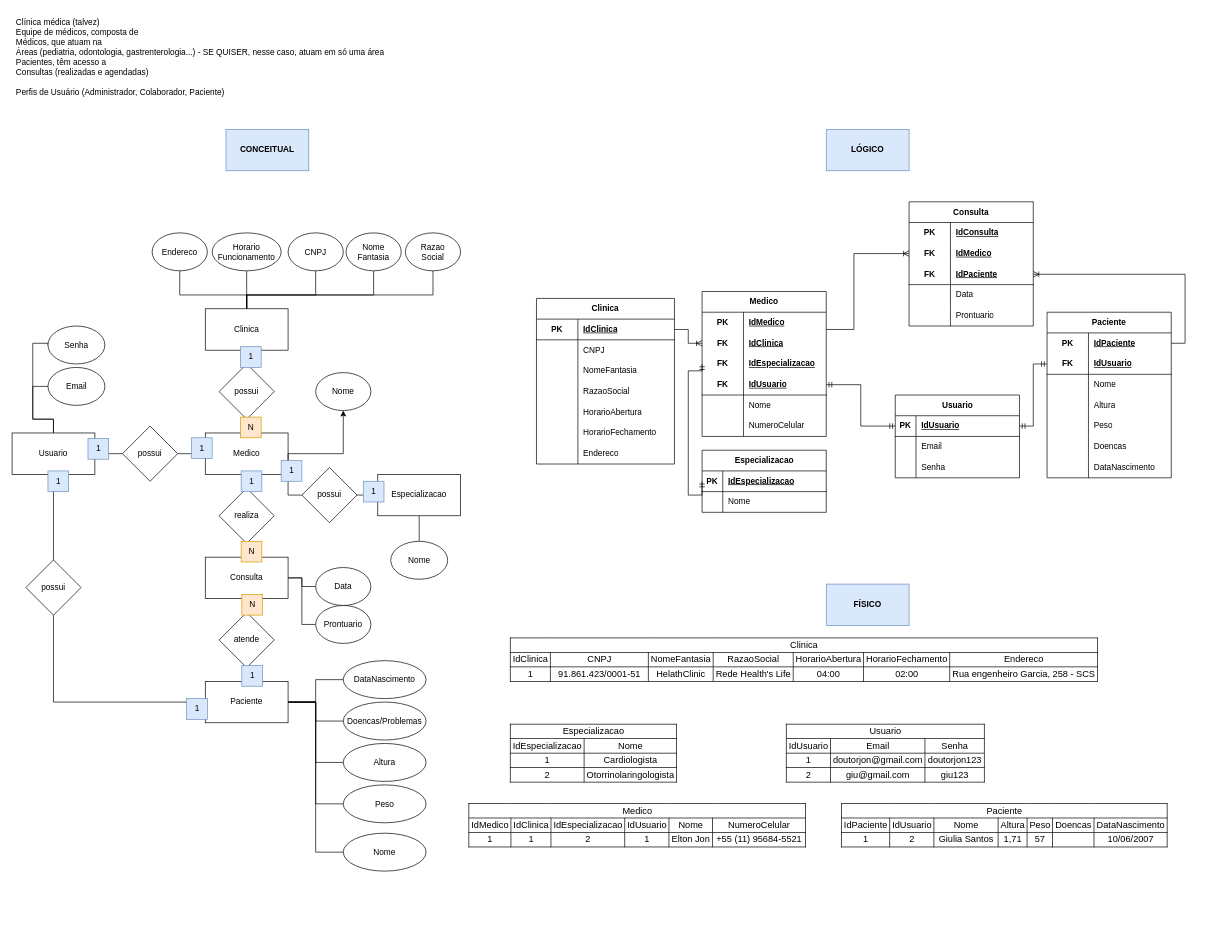
LucasBO7/senai-curso-repos-semestre-2 keeps this draw.io diagram as Banco de dados - Sprint 1/Projeto Health Clinic/Health Clinic.drawio. Above is the earlier version. Source tidied: cells renumbered, new cells numbered last; positions are measured from the earlier drawing's top-left corner, leaving out a move shared by most shapes. Both pictures are drawn from the tidied source at 69%, with x=0, y=0 at pixel (12, 12).
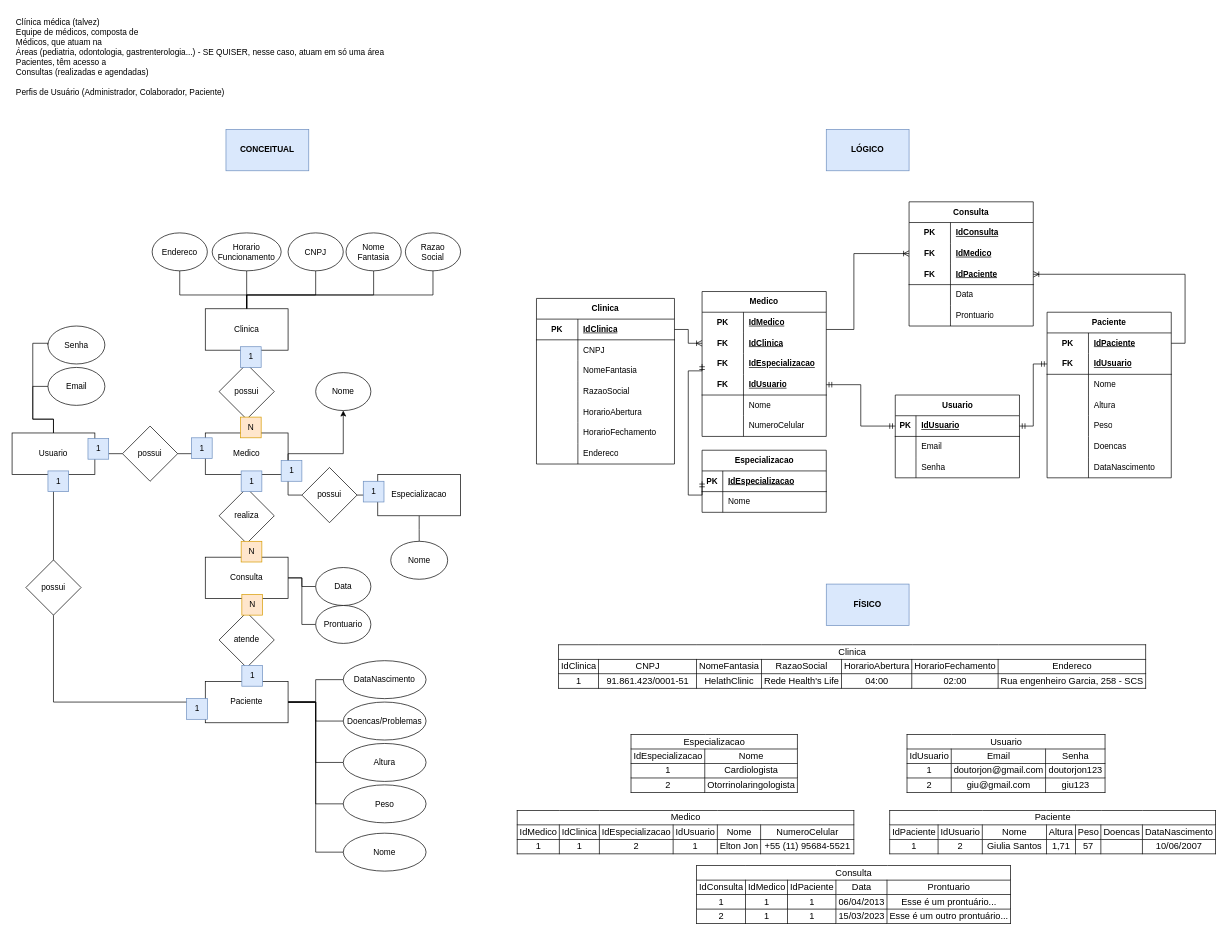
The same diagram, later.

Diff of the diagram source:
```diff
@@
     <mxCell id="176" value="&lt;table xmlns=&quot;http://www.w3.org/1999/xhtml&quot; cellspacing=&quot;0&quot; cellpadding=&quot;0&quot; dir=&quot;ltr&quot; border=&quot;1&quot; style=&quot;table-layout:fixed;font-size:10pt;font-family:Arial;width:0px;border-collapse:collapse;border:none&quot;&gt;&lt;colgroup&gt;&lt;col width=&quot;58&quot;&gt;&lt;col width=&quot;142&quot;&gt;&lt;col width=&quot;94&quot;&gt;&lt;col width=&quot;116&quot;&gt;&lt;col width=&quot;102&quot;&gt;&lt;col width=&quot;125&quot;&gt;&lt;col width=&quot;214&quot;&gt;&lt;/colgroup&gt;&lt;tbody&gt;&lt;tr style=&quot;height:21px;&quot;&gt;&lt;td style=&quot;border-top:1px solid #000000;border-right:1px solid #000000;border-bottom:1px solid #000000;border-left:1px solid #000000;overflow:hidden;padding:2px 3px 2px 3px;vertical-align:bottom;text-align:center;&quot; rowspan=&quot;1&quot; colspan=&quot;7&quot;&gt;Clinica&lt;/td&gt;&lt;/tr&gt;&lt;tr style=&quot;height:21px;&quot;&gt;&lt;td style=&quot;border-right:1px solid #000000;border-bottom:1px solid #000000;border-left:1px solid #000000;overflow:hidden;padding:2px 3px 2px 3px;vertical-align:bottom;text-align:center;&quot;&gt;IdClinica&lt;/td&gt;&lt;td style=&quot;border-right:1px solid #000000;border-bottom:1px solid #000000;overflow:hidden;padding:2px 3px 2px 3px;vertical-align:bottom;text-align:center;&quot;&gt;CNPJ&lt;/td&gt;&lt;td style=&quot;border-right:1px solid #000000;border-bottom:1px solid #000000;overflow:hidden;padding:2px 3px 2px 3px;vertical-align:bottom;text-align:center;&quot;&gt;NomeFantasia&lt;/td&gt;&lt;td style=&quot;border-right:1px solid #000000;border-bottom:1px solid #000000;overflow:hidden;padding:2px 3px 2px 3px;vertical-align:bottom;text-align:center;&quot;&gt;RazaoSocial&lt;/td&gt;&lt;td style=&quot;border-right:1px solid #000000;border-bottom:1px solid #000000;overflow:hidden;padding:2px 3px 2px 3px;vertical-align:bottom;text-align:center;&quot;&gt;HorarioAbertura&lt;/td&gt;&lt;td style=&quot;border-right:1px solid #000000;border-bottom:1px solid #000000;overflow:hidden;padding:2px 3px 2px 3px;vertical-align:bottom;text-align:center;&quot;&gt;HorarioFechamento&lt;/td&gt;&lt;td style=&quot;border-right:1px solid #000000;border-bottom:1px solid #000000;overflow:hidden;padding:2px 3px 2px 3px;vertical-align:bottom;text-align:center;&quot;&gt;Endereco&lt;/td&gt;&lt;/tr&gt;&lt;tr style=&quot;height:21px;&quot;&gt;&lt;td style=&quot;border-right:1px solid #000000;border-bottom:1px solid #000000;border-left:1px solid #000000;overflow:hidden;padding:2px 3px 2px 3px;vertical-align:bottom;text-align:center;&quot;&gt;1&lt;/td&gt;&lt;td style=&quot;border-right:1px solid #000000;border-bottom:1px solid #000000;overflow:hidden;padding:2px 3px 2px 3px;vertical-align:bottom;text-align:center;&quot;&gt;91.861.423/0001-51&lt;/td&gt;&lt;td style=&quot;border-right:1px solid #000000;border-bottom:1px solid #000000;overflow:hidden;padding:2px 3px 2px 3px;vertical-align:bottom;text-align:center;&quot;&gt;HelathClinic&lt;/td&gt;&lt;td style=&quot;border-right:1px solid #000000;border-bottom:1px solid #000000;overflow:hidden;padding:2px 3px 2px 3px;vertical-align:bottom;text-align:center;&quot;&gt;Rede Health's Life&lt;/td&gt;&lt;td style=&quot;border-right:1px solid #000000;border-bottom:1px solid #000000;overflow:hidden;padding:2px 3px 2px 3px;vertical-align:bottom;text-align:center;&quot;&gt;04:00&lt;/td&gt;&lt;td style=&quot;border-right:1px solid #000000;border-bottom:1px solid #000000;overflow:hidden;padding:2px 3px 2px 3px;vertical-align:bottom;text-align:center;&quot;&gt;02:00&lt;/td&gt;&lt;td style=&quot;border-right:1px solid #000000;border-bottom:1px solid #000000;overflow:hidden;padding:2px 3px 2px 3px;vertical-align:bottom;text-align:center;&quot;&gt;Rua engenheiro Garcia, 258 - SCS&lt;/td&gt;&lt;/tr&gt;&lt;/tbody&gt;&lt;/table&gt;" style="text;whiteSpace=wrap;html=1;" parent="1" vertex="1">
-      <mxGeometry x="720" y="900" width="860" height="70" as="geometry" />
+      <mxGeometry x="790" y="910" width="860" height="70" as="geometry" />
     </mxCell>
     <mxCell id="177" value="&lt;table xmlns=&quot;http://www.w3.org/1999/xhtml&quot; cellspacing=&quot;0&quot; cellpadding=&quot;0&quot; dir=&quot;ltr&quot; border=&quot;1&quot; style=&quot;table-layout:fixed;font-size:10pt;font-family:Arial;width:0px;border-collapse:collapse;border:none&quot;&gt;&lt;colgroup&gt;&lt;col width=&quot;107&quot;&gt;&lt;col width=&quot;134&quot;&gt;&lt;/colgroup&gt;&lt;tbody&gt;&lt;tr style=&quot;height:21px;&quot;&gt;&lt;td style=&quot;border-top:1px solid #000000;border-right:1px solid #000000;border-bottom:1px solid #000000;border-left:1px solid #000000;overflow:hidden;padding:2px 3px 2px 3px;vertical-align:bottom;text-align:center;&quot; rowspan=&quot;1&quot; colspan=&quot;2&quot;&gt;Especializacao&lt;/td&gt;&lt;/tr&gt;&lt;tr style=&quot;height:21px;&quot;&gt;&lt;td style=&quot;border-right:1px solid #000000;border-bottom:1px solid #000000;border-left:1px solid #000000;overflow:hidden;padding:2px 3px 2px 3px;vertical-align:bottom;text-align:center;&quot;&gt;IdEspecializacao&lt;/td&gt;&lt;td style=&quot;border-right:1px solid #000000;border-bottom:1px solid #000000;overflow:hidden;padding:2px 3px 2px 3px;vertical-align:bottom;text-align:center;&quot;&gt;Nome&lt;/td&gt;&lt;/tr&gt;&lt;tr style=&quot;height:21px;&quot;&gt;&lt;td style=&quot;border-right:1px solid #000000;border-bottom:1px solid #000000;border-left:1px solid #000000;overflow:hidden;padding:2px 3px 2px 3px;vertical-align:bottom;text-align:center;&quot;&gt;1&lt;/td&gt;&lt;td style=&quot;border-right:1px solid #000000;border-bottom:1px solid #000000;overflow:hidden;padding:2px 3px 2px 3px;vertical-align:bottom;text-align:center;&quot;&gt;Cardiologista&lt;/td&gt;&lt;/tr&gt;&lt;tr style=&quot;height:21px;&quot;&gt;&lt;td style=&quot;border-right:1px solid #000000;border-bottom:1px solid #000000;border-left:1px solid #000000;overflow:hidden;padding:2px 3px 2px 3px;vertical-align:bottom;text-align:center;&quot;&gt;2&lt;/td&gt;&lt;td style=&quot;border-right:1px solid #000000;border-bottom:1px solid #000000;overflow:hidden;padding:2px 3px 2px 3px;vertical-align:bottom;text-align:center;&quot;&gt;Otorrinolaringologista&lt;/td&gt;&lt;/tr&gt;&lt;/tbody&gt;&lt;/table&gt;" style="text;whiteSpace=wrap;html=1;" parent="1" vertex="1">
-      <mxGeometry x="720" y="1025" width="250" height="95" as="geometry" />
+      <mxGeometry x="895" y="1040" width="250" height="95" as="geometry" />
     </mxCell>
     <mxCell id="178" value="&lt;table xmlns=&quot;http://www.w3.org/1999/xhtml&quot; cellspacing=&quot;0&quot; cellpadding=&quot;0&quot; dir=&quot;ltr&quot; border=&quot;1&quot; style=&quot;table-layout:fixed;font-size:10pt;font-family:Arial;width:0px;border-collapse:collapse;border:none&quot;&gt;&lt;colgroup&gt;&lt;col width=&quot;64&quot;&gt;&lt;col width=&quot;137&quot;&gt;&lt;col width=&quot;86&quot;&gt;&lt;/colgroup&gt;&lt;tbody&gt;&lt;tr style=&quot;height:21px;&quot;&gt;&lt;td style=&quot;border-top:1px solid #000000;border-right:1px solid #000000;border-bottom:1px solid #000000;border-left:1px solid #000000;overflow:hidden;padding:2px 3px 2px 3px;vertical-align:bottom;text-align:center;&quot; rowspan=&quot;1&quot; colspan=&quot;3&quot;&gt;Usuario&lt;/td&gt;&lt;/tr&gt;&lt;tr style=&quot;height:21px;&quot;&gt;&lt;td style=&quot;border-right:1px solid #000000;border-bottom:1px solid #000000;border-left:1px solid #000000;overflow:hidden;padding:2px 3px 2px 3px;vertical-align:bottom;text-align:center;&quot;&gt;IdUsuario&lt;/td&gt;&lt;td style=&quot;border-right:1px solid #000000;border-bottom:1px solid #000000;overflow:hidden;padding:2px 3px 2px 3px;vertical-align:bottom;text-align:center;&quot;&gt;Email&lt;/td&gt;&lt;td style=&quot;border-right:1px solid #000000;border-bottom:1px solid #000000;overflow:hidden;padding:2px 3px 2px 3px;vertical-align:bottom;text-align:center;&quot;&gt;Senha&lt;/td&gt;&lt;/tr&gt;&lt;tr style=&quot;height:21px;&quot;&gt;&lt;td style=&quot;border-right:1px solid #000000;border-bottom:1px solid #000000;border-left:1px solid #000000;overflow:hidden;padding:2px 3px 2px 3px;vertical-align:bottom;text-align:center;&quot;&gt;1&lt;/td&gt;&lt;td style=&quot;border-right:1px solid #000000;border-bottom:1px solid #000000;overflow:hidden;padding:2px 3px 2px 3px;vertical-align:bottom;text-align:center;&quot;&gt;doutorjon@gmail.com&lt;/td&gt;&lt;td style=&quot;border-right:1px solid #000000;border-bottom:1px solid #000000;overflow:hidden;padding:2px 3px 2px 3px;vertical-align:bottom;text-align:center;&quot;&gt;doutorjon123&lt;/td&gt;&lt;/tr&gt;&lt;tr style=&quot;height:21px;&quot;&gt;&lt;td style=&quot;border-right:1px solid #000000;border-bottom:1px solid #000000;border-left:1px solid #000000;overflow:hidden;padding:2px 3px 2px 3px;vertical-align:bottom;text-align:center;&quot;&gt;2&lt;/td&gt;&lt;td style=&quot;border-right:1px solid #000000;border-bottom:1px solid #000000;overflow:hidden;padding:2px 3px 2px 3px;vertical-align:bottom;text-align:center;&quot;&gt;giu@gmail.com&lt;/td&gt;&lt;td style=&quot;border-right:1px solid #000000;border-bottom:1px solid #000000;overflow:hidden;padding:2px 3px 2px 3px;vertical-align:bottom;text-align:center;&quot;&gt;giu123&lt;/td&gt;&lt;/tr&gt;&lt;/tbody&gt;&lt;/table&gt;" style="text;whiteSpace=wrap;html=1;" parent="1" vertex="1">
-      <mxGeometry x="1120" y="1025" width="290" height="95" as="geometry" />
+      <mxGeometry x="1295" y="1040" width="290" height="95" as="geometry" />
     </mxCell>
     <mxCell id="179" value="&lt;table xmlns=&quot;http://www.w3.org/1999/xhtml&quot; cellspacing=&quot;0&quot; cellpadding=&quot;0&quot; dir=&quot;ltr&quot; border=&quot;1&quot; style=&quot;table-layout:fixed;font-size:10pt;font-family:Arial;width:0px;border-collapse:collapse;border:none&quot;&gt;&lt;colgroup&gt;&lt;col width=&quot;70&quot;&gt;&lt;col width=&quot;64&quot;&gt;&lt;col width=&quot;93&quot;&gt;&lt;col width=&quot;42&quot;&gt;&lt;col width=&quot;37&quot;&gt;&lt;col width=&quot;60&quot;&gt;&lt;col width=&quot;106&quot;&gt;&lt;/colgroup&gt;&lt;tbody&gt;&lt;tr style=&quot;height:21px;&quot;&gt;&lt;td style=&quot;border-top:1px solid #000000;border-right:1px solid #000000;border-bottom:1px solid #000000;border-left:1px solid #000000;overflow:hidden;padding:2px 3px 2px 3px;vertical-align:bottom;text-align:center;&quot; rowspan=&quot;1&quot; colspan=&quot;7&quot;&gt;Paciente&lt;/td&gt;&lt;/tr&gt;&lt;tr style=&quot;height:21px;&quot;&gt;&lt;td style=&quot;border-right:1px solid #000000;border-bottom:1px solid #000000;border-left:1px solid #000000;overflow:hidden;padding:2px 3px 2px 3px;vertical-align:bottom;text-align:center;&quot;&gt;IdPaciente&lt;/td&gt;&lt;td style=&quot;border-right:1px solid #000000;border-bottom:1px solid #000000;overflow:hidden;padding:2px 3px 2px 3px;vertical-align:bottom;text-align:center;&quot;&gt;IdUsuario&lt;/td&gt;&lt;td style=&quot;border-right:1px solid #000000;border-bottom:1px solid #000000;overflow:hidden;padding:2px 3px 2px 3px;vertical-align:bottom;text-align:center;&quot;&gt;Nome&lt;/td&gt;&lt;td style=&quot;border-right:1px solid #000000;border-bottom:1px solid #000000;overflow:hidden;padding:2px 3px 2px 3px;vertical-align:bottom;text-align:center;&quot;&gt;Altura&lt;/td&gt;&lt;td style=&quot;border-right:1px solid #000000;border-bottom:1px solid #000000;overflow:hidden;padding:2px 3px 2px 3px;vertical-align:bottom;text-align:center;&quot;&gt;Peso&lt;/td&gt;&lt;td style=&quot;border-right:1px solid #000000;border-bottom:1px solid #000000;overflow:hidden;padding:2px 3px 2px 3px;vertical-align:bottom;text-align:center;&quot;&gt;Doencas&lt;/td&gt;&lt;td style=&quot;border-right:1px solid #000000;border-bottom:1px solid #000000;overflow:hidden;padding:2px 3px 2px 3px;vertical-align:bottom;text-align:center;&quot;&gt;DataNascimento&lt;/td&gt;&lt;/tr&gt;&lt;tr style=&quot;height:21px;&quot;&gt;&lt;td style=&quot;border-right:1px solid #000000;border-bottom:1px solid #000000;border-left:1px solid #000000;overflow:hidden;padding:2px 3px 2px 3px;vertical-align:bottom;text-align:center;&quot;&gt;1&lt;/td&gt;&lt;td style=&quot;border-right:1px solid #000000;border-bottom:1px solid #000000;overflow:hidden;padding:2px 3px 2px 3px;vertical-align:bottom;text-align:center;&quot;&gt;2&lt;/td&gt;&lt;td style=&quot;border-right:1px solid #000000;border-bottom:1px solid #000000;overflow:hidden;padding:2px 3px 2px 3px;vertical-align:bottom;text-align:center;&quot;&gt;Giulia Santos&lt;/td&gt;&lt;td style=&quot;border-right:1px solid #000000;border-bottom:1px solid #000000;overflow:hidden;padding:2px 3px 2px 3px;vertical-align:bottom;text-align:center;&quot;&gt;1,71&lt;/td&gt;&lt;td style=&quot;border-right:1px solid #000000;border-bottom:1px solid #000000;overflow:hidden;padding:2px 3px 2px 3px;vertical-align:bottom;text-align:center;&quot;&gt;57&lt;/td&gt;&lt;td style=&quot;border-right:1px solid #000000;border-bottom:1px solid #000000;overflow:hidden;padding:2px 3px 2px 3px;vertical-align:bottom;&quot;&gt;&lt;/td&gt;&lt;td style=&quot;border-right:1px solid #000000;border-bottom:1px solid #000000;overflow:hidden;padding:2px 3px 2px 3px;vertical-align:bottom;text-align:center;&quot;&gt;10/06/2007&lt;/td&gt;&lt;/tr&gt;&lt;/tbody&gt;&lt;/table&gt;" style="text;whiteSpace=wrap;html=1;" parent="1" vertex="1">
-      <mxGeometry x="1200" y="1140" width="480" height="70" as="geometry" />
+      <mxGeometry x="1270" y="1150" width="480" height="70" as="geometry" />
     </mxCell>
     <mxCell id="180" value="&lt;table xmlns=&quot;http://www.w3.org/1999/xhtml&quot; cellspacing=&quot;0&quot; cellpadding=&quot;0&quot; dir=&quot;ltr&quot; border=&quot;1&quot; style=&quot;table-layout:fixed;font-size:10pt;font-family:Arial;width:0px;border-collapse:collapse;border:none&quot;&gt;&lt;colgroup&gt;&lt;col width=&quot;61&quot;&gt;&lt;col width=&quot;58&quot;&gt;&lt;col width=&quot;107&quot;&gt;&lt;col width=&quot;64&quot;&gt;&lt;col width=&quot;63&quot;&gt;&lt;col width=&quot;135&quot;&gt;&lt;/colgroup&gt;&lt;tbody&gt;&lt;tr style=&quot;height:21px;&quot;&gt;&lt;td style=&quot;border-top:1px solid #000000;border-right:1px solid #000000;border-bottom:1px solid #000000;border-left:1px solid #000000;overflow:hidden;padding:2px 3px 2px 3px;vertical-align:bottom;text-align:center;&quot; rowspan=&quot;1&quot; colspan=&quot;6&quot;&gt;Medico&lt;/td&gt;&lt;/tr&gt;&lt;tr style=&quot;height:21px;&quot;&gt;&lt;td style=&quot;border-right:1px solid #000000;border-bottom:1px solid #000000;border-left:1px solid #000000;overflow:hidden;padding:2px 3px 2px 3px;vertical-align:bottom;text-align:center;&quot;&gt;IdMedico&lt;/td&gt;&lt;td style=&quot;border-right:1px solid #000000;border-bottom:1px solid #000000;overflow:hidden;padding:2px 3px 2px 3px;vertical-align:bottom;text-align:center;&quot;&gt;IdClinica&lt;/td&gt;&lt;td style=&quot;border-right:1px solid #000000;border-bottom:1px solid #000000;overflow:hidden;padding:2px 3px 2px 3px;vertical-align:bottom;text-align:center;&quot;&gt;IdEspecializacao&lt;/td&gt;&lt;td style=&quot;border-right:1px solid #000000;border-bottom:1px solid #000000;overflow:hidden;padding:2px 3px 2px 3px;vertical-align:bottom;text-align:center;&quot;&gt;IdUsuario&lt;/td&gt;&lt;td style=&quot;border-right:1px solid #000000;border-bottom:1px solid #000000;overflow:hidden;padding:2px 3px 2px 3px;vertical-align:bottom;text-align:center;&quot;&gt;Nome&lt;/td&gt;&lt;td style=&quot;border-right:1px solid #000000;border-bottom:1px solid #000000;overflow:hidden;padding:2px 3px 2px 3px;vertical-align:bottom;text-align:center;&quot;&gt;NumeroCelular&lt;/td&gt;&lt;/tr&gt;&lt;tr style=&quot;height:21px;&quot;&gt;&lt;td style=&quot;border-right:1px solid #000000;border-bottom:1px solid #000000;border-left:1px solid #000000;overflow:hidden;padding:2px 3px 2px 3px;vertical-align:bottom;text-align:center;&quot;&gt;1&lt;/td&gt;&lt;td style=&quot;border-right:1px solid #000000;border-bottom:1px solid #000000;overflow:hidden;padding:2px 3px 2px 3px;vertical-align:bottom;text-align:center;&quot;&gt;1&lt;/td&gt;&lt;td style=&quot;border-right:1px solid #000000;border-bottom:1px solid #000000;overflow:hidden;padding:2px 3px 2px 3px;vertical-align:bottom;text-align:center;&quot;&gt;2&lt;/td&gt;&lt;td style=&quot;border-right:1px solid #000000;border-bottom:1px solid #000000;overflow:hidden;padding:2px 3px 2px 3px;vertical-align:bottom;text-align:center;&quot;&gt;1&lt;/td&gt;&lt;td style=&quot;border-right:1px solid #000000;border-bottom:1px solid #000000;overflow:hidden;padding:2px 3px 2px 3px;vertical-align:bottom;text-align:center;&quot;&gt;Elton Jon&lt;/td&gt;&lt;td style=&quot;border-right:1px solid #000000;border-bottom:1px solid #000000;overflow:hidden;padding:2px 3px 2px 3px;vertical-align:bottom;text-align:center;&quot;&gt; +55 (11) 95684-5521&lt;/td&gt;&lt;/tr&gt;&lt;/tbody&gt;&lt;/table&gt;" style="text;whiteSpace=wrap;html=1;" parent="1" vertex="1">
-      <mxGeometry x="660" y="1140" width="490" height="70" as="geometry" />
+      <mxGeometry x="730" y="1150" width="490" height="70" as="geometry" />
     </mxCell>
+    <mxCell id="181" value="&lt;table xmlns=&quot;http://www.w3.org/1999/xhtml&quot; cellspacing=&quot;0&quot; cellpadding=&quot;0&quot; dir=&quot;ltr&quot; border=&quot;1&quot; style=&quot;table-layout:fixed;font-size:10pt;font-family:Arial;width:0px;border-collapse:collapse;border:none&quot;&gt;&lt;colgroup&gt;&lt;col width=&quot;71&quot;&gt;&lt;col width=&quot;61&quot;&gt;&lt;col width=&quot;70&quot;&gt;&lt;col width=&quot;74&quot;&gt;&lt;col width=&quot;179&quot;&gt;&lt;/colgroup&gt;&lt;tbody&gt;&lt;tr style=&quot;height:21px;&quot;&gt;&lt;td style=&quot;border-top:1px solid #000000;border-right:1px solid #000000;border-bottom:1px solid #000000;border-left:1px solid #000000;overflow:hidden;padding:2px 3px 2px 3px;vertical-align:bottom;text-align:center;&quot; rowspan=&quot;1&quot; colspan=&quot;5&quot;&gt;Consulta&lt;/td&gt;&lt;/tr&gt;&lt;tr style=&quot;height:21px;&quot;&gt;&lt;td style=&quot;border-right:1px solid #000000;border-bottom:1px solid #000000;border-left:1px solid #000000;overflow:hidden;padding:2px 3px 2px 3px;vertical-align:bottom;text-align:center;&quot;&gt;IdConsulta&lt;/td&gt;&lt;td style=&quot;border-right:1px solid #000000;border-bottom:1px solid #000000;overflow:hidden;padding:2px 3px 2px 3px;vertical-align:bottom;text-align:center;&quot;&gt;IdMedico&lt;/td&gt;&lt;td style=&quot;border-right:1px solid #000000;border-bottom:1px solid #000000;overflow:hidden;padding:2px 3px 2px 3px;vertical-align:bottom;text-align:center;&quot;&gt;IdPaciente&lt;/td&gt;&lt;td style=&quot;border-right:1px solid #000000;border-bottom:1px solid #000000;overflow:hidden;padding:2px 3px 2px 3px;vertical-align:bottom;text-align:center;&quot;&gt;Data&lt;/td&gt;&lt;td style=&quot;border-right:1px solid #000000;border-bottom:1px solid #000000;overflow:hidden;padding:2px 3px 2px 3px;vertical-align:bottom;text-align:center;&quot;&gt;Prontuario&lt;/td&gt;&lt;/tr&gt;&lt;tr style=&quot;height:21px;&quot;&gt;&lt;td style=&quot;border-right:1px solid #000000;border-bottom:1px solid #000000;border-left:1px solid #000000;overflow:hidden;padding:2px 3px 2px 3px;vertical-align:bottom;text-align:center;&quot;&gt;1&lt;/td&gt;&lt;td style=&quot;border-right:1px solid #000000;border-bottom:1px solid #000000;overflow:hidden;padding:2px 3px 2px 3px;vertical-align:bottom;text-align:center;&quot;&gt;1&lt;/td&gt;&lt;td style=&quot;border-right:1px solid #000000;border-bottom:1px solid #000000;overflow:hidden;padding:2px 3px 2px 3px;vertical-align:bottom;text-align:center;&quot;&gt;1&lt;/td&gt;&lt;td style=&quot;border-right:1px solid #000000;border-bottom:1px solid #000000;overflow:hidden;padding:2px 3px 2px 3px;vertical-align:bottom;text-align:center;&quot;&gt;06/04/2013&lt;/td&gt;&lt;td style=&quot;border-right:1px solid #000000;border-bottom:1px solid #000000;overflow:hidden;padding:2px 3px 2px 3px;vertical-align:bottom;wrap-strategy:3;white-space:clip;text-align:center;&quot;&gt;Esse é um prontuário...&lt;/td&gt;&lt;/tr&gt;&lt;tr style=&quot;height:21px;&quot;&gt;&lt;td style=&quot;border-right:1px solid #000000;border-bottom:1px solid #000000;border-left:1px solid #000000;overflow:hidden;padding:2px 3px 2px 3px;vertical-align:bottom;text-align:center;&quot;&gt;2&lt;/td&gt;&lt;td style=&quot;border-right:1px solid #000000;border-bottom:1px solid #000000;overflow:hidden;padding:2px 3px 2px 3px;vertical-align:bottom;text-align:center;&quot;&gt;1&lt;/td&gt;&lt;td style=&quot;border-right:1px solid #000000;border-bottom:1px solid #000000;overflow:hidden;padding:2px 3px 2px 3px;vertical-align:bottom;text-align:center;&quot;&gt;1&lt;/td&gt;&lt;td style=&quot;border-right:1px solid #000000;border-bottom:1px solid #000000;overflow:hidden;padding:2px 3px 2px 3px;vertical-align:bottom;text-align:center;&quot;&gt;15/03/2023&lt;/td&gt;&lt;td style=&quot;border-right:1px solid #000000;border-bottom:1px solid #000000;overflow:hidden;padding:2px 3px 2px 3px;vertical-align:bottom;wrap-strategy:3;white-space:clip;text-align:center;&quot;&gt;Esse é um outro prontuário...&lt;/td&gt;&lt;/tr&gt;&lt;/tbody&gt;&lt;/table&gt;" style="text;whiteSpace=wrap;html=1;" parent="1" vertex="1">
+      <mxGeometry x="990" y="1230" width="460" height="100" as="geometry" />
+    </mxCell>
```
